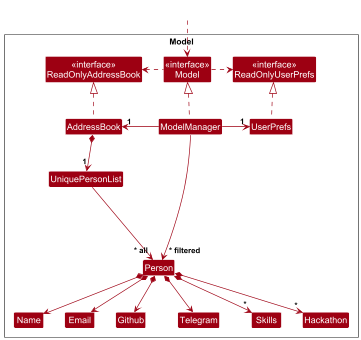
Above: docs/images/ModelClassDiagram.png in AY2526S1-CS2103T-F08b-2/tp (PlantUML), before the change.
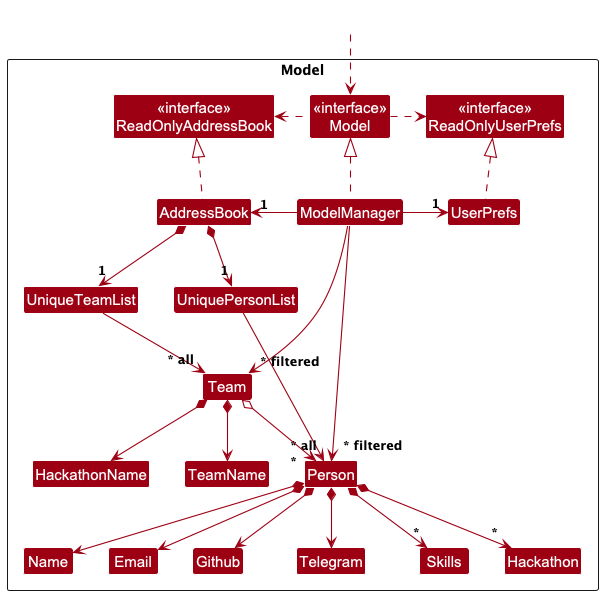
Above is the later version.

What changed in the source:
```diff
@@ -13,13 +13,17 @@
 Class UserPrefs
 
 Class UniquePersonList
+Class UniqueTeamList
 Class Person
+Class Team
 Class Email
 Class Telegram
 Class Name
 Class Github
 Class Skills
 Class Hackathon
+Class TeamName
+Class HackathonName
 
 Class I #FFFFFF
 }
@@ -37,13 +41,19 @@
 UserPrefs .up.|> ReadOnlyUserPrefs
 
 AddressBook *--> "1" UniquePersonList
+AddressBook *--> "1" UniqueTeamList
 UniquePersonList --> "~* all" Person
+UniqueTeamList --> "~* all" Team
 Person *--> Name
 Person *--> Email
 Person *--> Telegram
 Person *--> Github
 Person *--> "*" Skills
 Person *--> "*" Hackathon
+
+Team *--> TeamName
+Team *--> HackathonName
+Team o--> "*" Person
 
 Person -[hidden]up--> I
 UniquePersonList -[hidden]right-> I
@@ -53,4 +63,5 @@
 Telegram -[hidden]right-> Telegram
 
 ModelManager --> "~* filtered" Person
+ModelManager --> "~* filtered" Team
 @enduml
```
